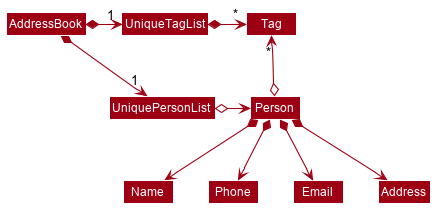
The PlantUML diagram docs/images/BetterModelClassDiagram.png in nus-cs2103-AY1920S1/addressbook-level3, before a commit.
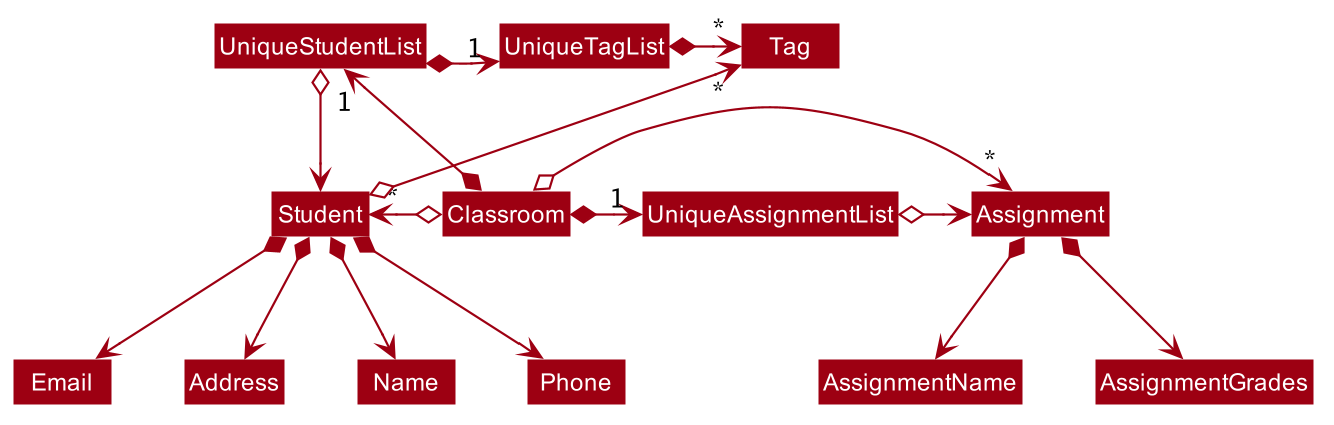
The same file after the commit.

What changed in the source:
```diff
@@ -51,18 +51,25 @@
 skinparam arrowColor #9D0012
 skinparam classBackgroundColor #9D0012
 
-AddressBook *-right-> "1" UniquePersonList
-AddressBook *-right-> "1" UniqueTagList
-UniqueTagList -[hidden]down- UniquePersonList
-UniqueTagList -[hidden]down- UniquePersonList
+Classroom *-left-> "1" UniqueStudentList
+Classroom *-right-> "1" UniqueAssignmentList
+UniqueStudentList *-right-> "1" UniqueTagList
+UniqueTagList -[hidden]down- UniqueStudentList
+UniqueTagList -[hidden]down- UniqueStudentList
 
 UniqueTagList *-right-> "*" Tag
-UniquePersonList o-right-> Person
+UniqueStudentList o-right-> Student
+UniqueAssignmentList o-right-> Assignment
 
-Person o-up-> "*" Tag
+Classroom o-left-> "*" Student
+Classroom o-right-> "*" Assignment
+Student o-up-> "*" Tag
 
-Person *--> Name
-Person *--> Phone
-Person *--> Email
-Person *--> Address
+Student *--> Name
+Student *--> Phone
+Student *--> Email
+Student *--> Address
+
+Assignment *--> AssignmentName
+Assignment *--> AssignmentGrades
 @enduml
```
